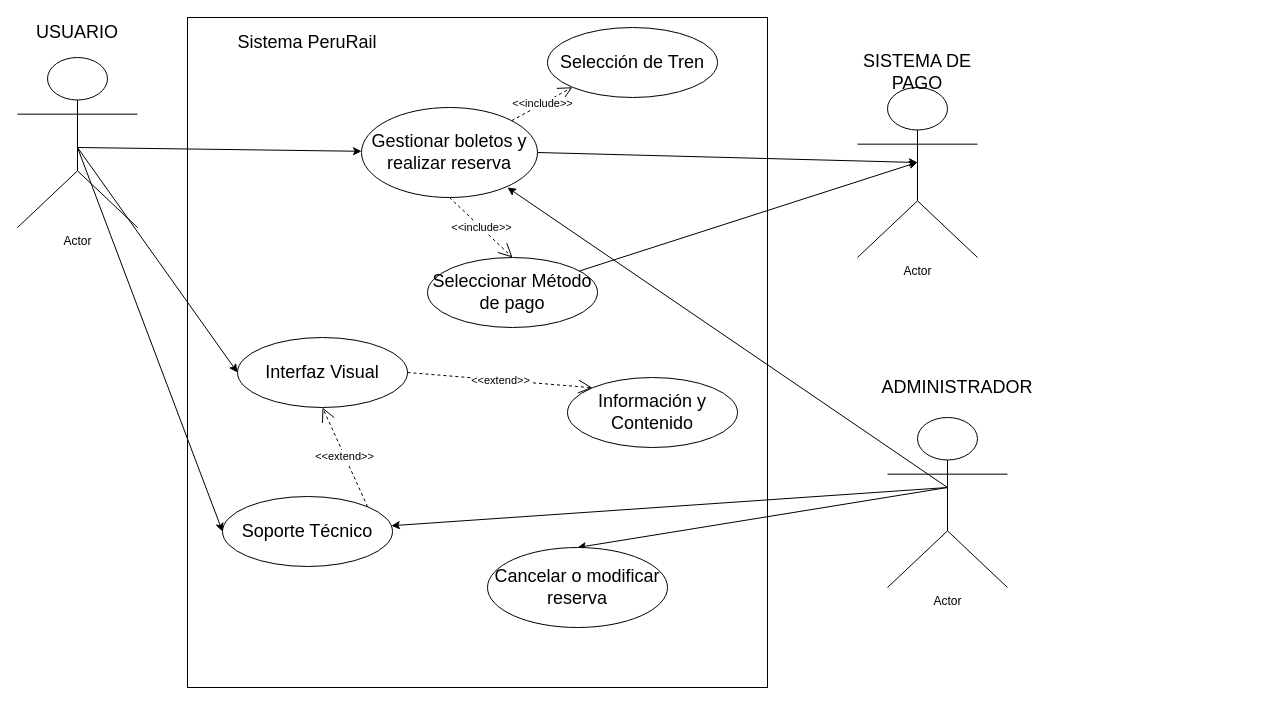
Above: Diagrama_de_usos.drawio in davidev-m/peruRail (draw.io), before the change. Source tidied: cells renumbered, new cells numbered last; positions are measured from the earlier drawing's top-left corner, leaving out a move shared by most shapes. Both pictures are drawn from the tidied source at 100%, with x=0, y=0 at pixel (17, 17).
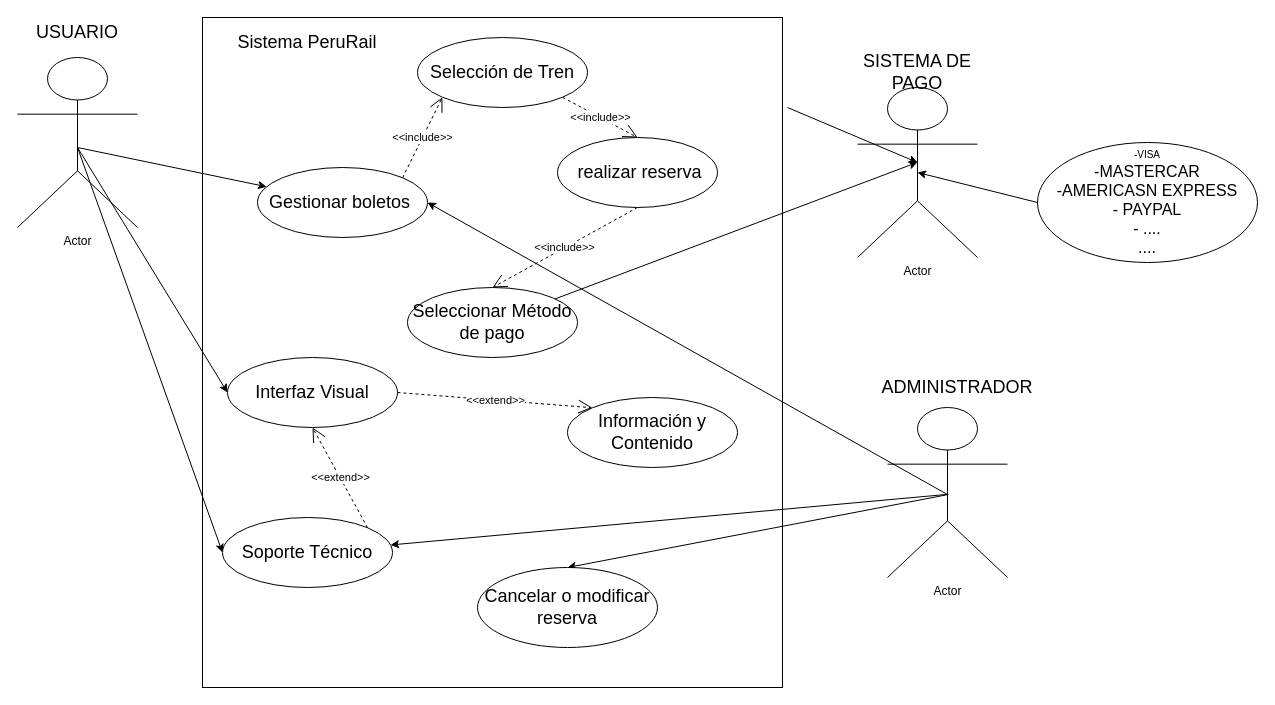
The same page after the edit.

The change refers to these unchanged cells:
```xml
<mxCell id="9" value="Actor" style="shape=umlActor;verticalLabelPosition=bottom;verticalAlign=top;html=1;outlineConnect=0;" parent="1" vertex="1">
  <mxGeometry x="840" y="70" width="120" height="170" as="geometry" />
</mxCell>
```

Diff of the diagram source:
```diff
@@
     <mxCell id="2" style="rounded=0;whiteSpace=wrap;html=1;" parent="1" vertex="1">
-      <mxGeometry x="170" width="580" height="670" as="geometry" />
+      <mxGeometry x="185" width="580" height="670" as="geometry" />
     </mxCell>
-    <mxCell id="3" value="&lt;font style=&quot;font-size: 18px;&quot;&gt;Gestionar boletos y realizar reserva&lt;/font&gt;" style="ellipse;whiteSpace=wrap;html=1;" parent="1" vertex="1">
-      <mxGeometry x="344" y="90" width="176" height="90" as="geometry" />
+    <mxCell id="3" value="&lt;font style=&quot;font-size: 18px;&quot;&gt;Gestionar boletos&amp;nbsp;&lt;/font&gt;" style="ellipse;whiteSpace=wrap;html=1;" parent="1" vertex="1">
+      <mxGeometry x="240" y="150" width="170" height="70" as="geometry" />
     </mxCell>
     <mxCell id="4" value="&lt;font style=&quot;font-size: 18px;&quot;&gt;Seleccionar Método de pago&lt;/font&gt;" style="ellipse;whiteSpace=wrap;html=1;" parent="1" vertex="1">
-      <mxGeometry x="410" y="240" width="170" height="70" as="geometry" />
+      <mxGeometry x="390" y="270" width="170" height="70" as="geometry" />
     </mxCell>
     <mxCell id="5" value="&lt;font style=&quot;font-size: 18px;&quot;&gt;Selección de Tren&lt;/font&gt;" style="ellipse;whiteSpace=wrap;html=1;" parent="1" vertex="1">
-      <mxGeometry x="530" y="10" width="170" height="70" as="geometry" />
+      <mxGeometry x="400" y="20" width="170" height="70" as="geometry" />
     </mxCell>
     <mxCell id="6" value="&lt;font style=&quot;font-size: 18px;&quot;&gt;Información y Contenido&lt;/font&gt;" style="ellipse;whiteSpace=wrap;html=1;" parent="1" vertex="1">
-      <mxGeometry x="550" y="360" width="170" height="70" as="geometry" />
+      <mxGeometry x="550" y="380" width="170" height="70" as="geometry" />
     </mxCell>
     <mxCell id="7" value="&lt;font style=&quot;font-size: 18px;&quot;&gt;Soporte Técnico&lt;/font&gt;" style="ellipse;whiteSpace=wrap;html=1;" parent="1" vertex="1">
-      <mxGeometry x="205" y="479" width="170" height="70" as="geometry" />
+      <mxGeometry x="205" y="500" width="170" height="70" as="geometry" />
     </mxCell>
     <mxCell id="8" value="&lt;font style=&quot;font-size: 18px;&quot;&gt;Interfaz Visual&lt;/font&gt;" style="ellipse;whiteSpace=wrap;html=1;" parent="1" vertex="1">
-      <mxGeometry x="220" y="320" width="170" height="70" as="geometry" />
+      <mxGeometry x="210" y="340" width="170" height="70" as="geometry" />
     </mxCell>
@@
     <mxCell id="11" value="Actor" style="shape=umlActor;verticalLabelPosition=bottom;verticalAlign=top;html=1;outlineConnect=0;" parent="1" vertex="1">
-      <mxGeometry x="870" y="400" width="120" height="170" as="geometry" />
+      <mxGeometry x="870" y="390" width="120" height="170" as="geometry" />
     </mxCell>
@@
-    <mxCell id="19" style="endArrow=classic;html=1;rounded=0;entryX=0.5;entryY=0;entryDx=0;entryDy=0;" parent="1" edge="1" target="26">
-      <mxGeometry relative="1" as="geometry">
-        <mxPoint x="930" y="470" as="sourcePoint" />
-      </mxGeometry>
+    <mxCell id="19" style="endArrow=classic;html=1;rounded=0;entryX=0.5;entryY=0;entryDx=0;entryDy=0;exitX=0.506;exitY=0.512;exitDx=0;exitDy=0;exitPerimeter=0;" parent="1" edge="1" source="11" target="26">
+      <mxGeometry relative="1" as="geometry" />
     </mxCell>
@@
-    <mxCell id="21" style="endArrow=classic;html=1;rounded=0;" parent="1" edge="1" target="7">
-      <mxGeometry relative="1" as="geometry">
-        <mxPoint x="930" y="470" as="sourcePoint" />
-      </mxGeometry>
+    <mxCell id="21" style="endArrow=classic;html=1;rounded=0;exitX=0.501;exitY=0.511;exitDx=0;exitDy=0;exitPerimeter=0;" parent="1" edge="1" source="11" target="7">
+      <mxGeometry relative="1" as="geometry" />
     </mxCell>
-    <mxCell id="22" value="&amp;lt;&amp;lt;include&amp;gt;&amp;gt;" style="endArrow=open;endSize=12;dashed=1;html=1;rounded=0;exitX=1;exitY=0;exitDx=0;exitDy=0;entryX=0;entryY=1;entryDx=0;entryDy=0;" parent="1" edge="1" source="3" target="5">
+    <mxCell id="22" value="&amp;lt;&amp;lt;include&amp;gt;&amp;gt;" style="endArrow=open;endSize=12;dashed=1;html=1;rounded=0;entryX=0;entryY=1;entryDx=0;entryDy=0;exitX=1;exitY=0;exitDx=0;exitDy=0;" parent="1" edge="1" source="3" target="5">
       <mxGeometry relative="1" as="geometry" />
     </mxCell>
-    <mxCell id="23" value="&amp;lt;&amp;lt;include&amp;gt;&amp;gt;" style="endArrow=open;endSize=12;dashed=1;html=1;rounded=0;exitX=0.5;exitY=1;exitDx=0;exitDy=0;entryX=0.5;entryY=0;entryDx=0;entryDy=0;" parent="1" edge="1" source="3" target="4">
+    <mxCell id="23" value="&amp;lt;&amp;lt;include&amp;gt;&amp;gt;" style="endArrow=open;endSize=12;dashed=1;html=1;rounded=0;exitX=0.5;exitY=1;exitDx=0;exitDy=0;entryX=0.5;entryY=0;entryDx=0;entryDy=0;" parent="1" edge="1" source="29" target="4">
       <mxGeometry relative="1" as="geometry" />
     </mxCell>
@@
-    <mxCell id="25" style="endArrow=classic;html=1;rounded=0;exitX=1;exitY=0.5;exitDx=0;exitDy=0;" parent="1" edge="1" source="3">
+    <mxCell id="25" style="endArrow=classic;html=1;rounded=0;" parent="1" edge="1">
       <mxGeometry relative="1" as="geometry">
+        <mxPoint x="770" y="90" as="sourcePoint" />
         <mxPoint x="900" y="145" as="targetPoint" />
         <Array as="points">
           <mxPoint x="900" y="145" />
         </Array>
       </mxGeometry>
     </mxCell>
     <mxCell id="26" value="&lt;font style=&quot;font-size: 18px;&quot;&gt;Cancelar o modificar reserva&lt;/font&gt;" style="ellipse;whiteSpace=wrap;html=1;" parent="1" vertex="1">
-      <mxGeometry x="470" y="530" width="180" height="80" as="geometry" />
+      <mxGeometry x="460" y="550" width="180" height="80" as="geometry" />
     </mxCell>
-    <mxCell id="27" style="endArrow=classic;html=1;rounded=0;" parent="1" edge="1">
-      <mxGeometry relative="1" as="geometry">
-        <mxPoint x="930" y="470" as="sourcePoint" />
-        <mxPoint x="490" y="170" as="targetPoint" />
-      </mxGeometry>
+    <mxCell id="27" style="endArrow=classic;html=1;rounded=0;exitX=0.5;exitY=0.512;exitDx=0;exitDy=0;exitPerimeter=0;entryX=1;entryY=0.5;entryDx=0;entryDy=0;" parent="1" edge="1" source="11" target="3">
+      <mxGeometry relative="1" as="geometry" />
     </mxCell>
@@
+    <mxCell id="29" value="&lt;font style=&quot;font-size: 18px;&quot;&gt;&amp;nbsp;realizar reserva&lt;/font&gt;" style="ellipse;whiteSpace=wrap;html=1;" parent="1" vertex="1">
+      <mxGeometry x="540" y="120" width="160" height="70" as="geometry" />
+    </mxCell>
+    <mxCell id="30" value="&amp;lt;&amp;lt;include&amp;gt;&amp;gt;" style="endArrow=open;endSize=12;dashed=1;html=1;rounded=0;exitX=1;exitY=1;exitDx=0;exitDy=0;entryX=0.5;entryY=0;entryDx=0;entryDy=0;" parent="1" edge="1" source="5" target="29">
+      <mxGeometry relative="1" as="geometry" />
+    </mxCell>
+    <mxCell id="31" value="&lt;font style=&quot;font-size: 10px;&quot;&gt;-VISA&lt;/font&gt;&lt;div&gt;&lt;font size=&quot;3&quot; style=&quot;&quot;&gt;-MASTERCAR&lt;/font&gt;&lt;/div&gt;&lt;div&gt;&lt;font size=&quot;3&quot; style=&quot;&quot;&gt;-AMERICASN EXPRESS&lt;/font&gt;&lt;/div&gt;&lt;div&gt;&lt;font size=&quot;3&quot; style=&quot;&quot;&gt;- PAYPAL&lt;/font&gt;&lt;/div&gt;&lt;div&gt;&lt;font size=&quot;3&quot; style=&quot;&quot;&gt;- ....&lt;/font&gt;&lt;/div&gt;&lt;div&gt;&lt;font size=&quot;3&quot; style=&quot;&quot;&gt;....&lt;/font&gt;&lt;/div&gt;" style="ellipse;whiteSpace=wrap;html=1;" parent="1" vertex="1">
+      <mxGeometry x="1020" y="125" width="220" height="120" as="geometry" />
+    </mxCell>
+    <mxCell id="32" style="endArrow=classic;html=1;rounded=0;entryX=0.5;entryY=0.5;entryDx=0;entryDy=0;exitX=0;exitY=0.5;exitDx=0;exitDy=0;entryPerimeter=0;" parent="1" edge="1" source="31" target="9">
+      <mxGeometry relative="1" as="geometry" />
+    </mxCell>
```
